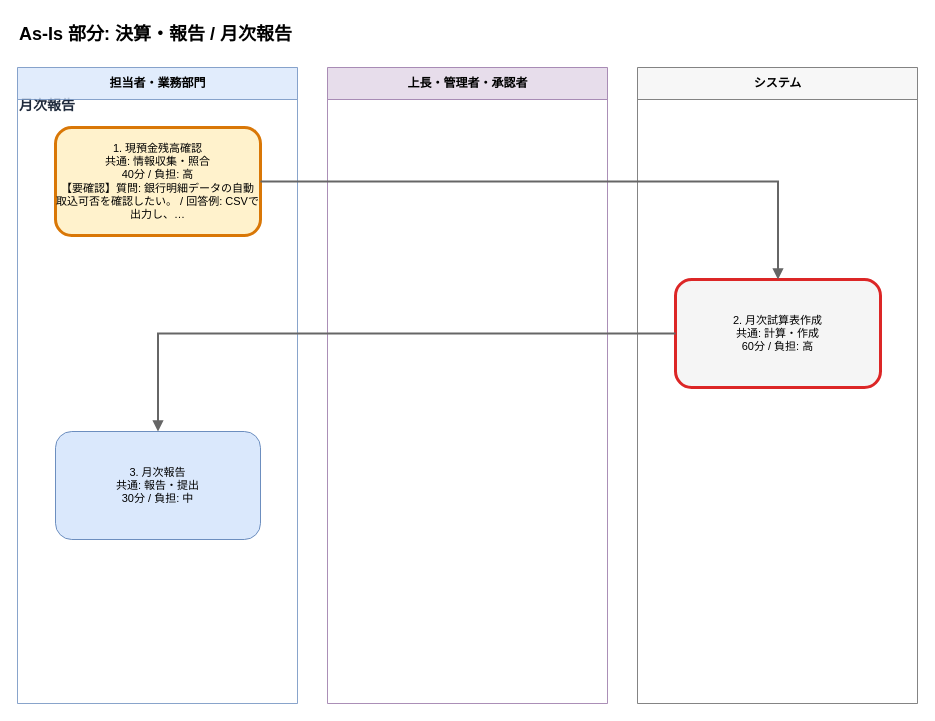
This is output/flows/asis_決算_報告__月次報告_20260608.drawio from Toshiki811/ai-business-analysis-heatmap, a draw.io file, before an edit. Source tidied: cells renumbered, new cells numbered last; positions are measured from the earlier drawing's top-left corner, leaving out a move shared by most shapes. Both pictures are drawn from the tidied source at 100%, with x=0, y=0 at pixel (17, 17).
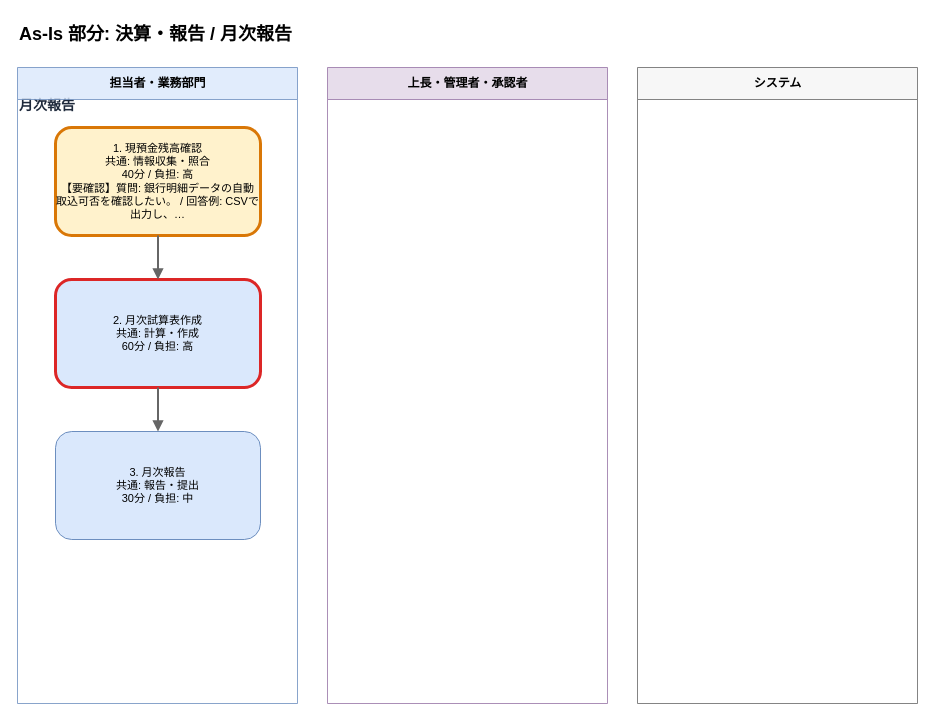
The same page after the edit.

Change to the diagram source:
```diff
@@
 <mxGraphModel>
   <root>
     <mxCell id="0" />
     <mxCell id="1" parent="0" />
     <mxCell id="2" value="月次報告" style="text;html=1;strokeColor=none;fillColor=none;align=left;verticalAlign=middle;whiteSpace=wrap;fontSize=14;fontStyle=1;fontColor=#1e293b;" parent="1" vertex="1">
       <mxGeometry y="76" width="860" height="24" as="geometry" />
     </mxCell>
     <mxCell id="3" value="As-Is 部分: 決算・報告 / 月次報告" style="text;html=1;strokeColor=none;fillColor=none;align=left;fontSize=18;fontStyle=1;" parent="1" vertex="1">
       <mxGeometry width="880" height="30" as="geometry" />
     </mxCell>
     <mxCell id="4" value="担当者・業務部門" style="swimlane;horizontal=1;startSize=32;html=1;fillColor=#dae8fc;strokeColor=#6c8ebf;fontSize=12;fontStyle=1;opacity=80;" parent="1" vertex="1">
       <mxGeometry y="50" width="280" height="636" as="geometry" />
     </mxCell>
     <mxCell id="5" value="上長・管理者・承認者" style="swimlane;horizontal=1;startSize=32;html=1;fillColor=#e1d5e7;strokeColor=#9673a6;fontSize=12;fontStyle=1;opacity=80;" parent="1" vertex="1">
       <mxGeometry x="310" y="50" width="280" height="636" as="geometry" />
     </mxCell>
     <mxCell id="6" value="システム" style="swimlane;horizontal=1;startSize=32;html=1;fillColor=#f5f5f5;strokeColor=#666666;fontSize=12;fontStyle=1;opacity=80;" parent="1" vertex="1">
       <mxGeometry x="620" y="50" width="280" height="636" as="geometry" />
     </mxCell>
     <mxCell id="7" value="1. 現預金残高確認&#10;共通: 情報収集・照合&#10;40分 / 負担: 高&#10;【要確認】質問: 銀行明細データの自動取込可否を確認したい。 / 回答例: CSVで出力し、…" style="rounded=1;whiteSpace=wrap;html=1;fillColor=#fff2cc;strokeColor=#d97706;strokeWidth=3;fontSize=11;fontColor=#000000;" parent="1" vertex="1">
       <mxGeometry x="38" y="110" width="205" height="108" as="geometry" />
     </mxCell>
-    <mxCell id="8" value="2. 月次試算表作成&#10;共通: 計算・作成&#10;60分 / 負担: 高" style="rounded=1;whiteSpace=wrap;html=1;fillColor=#f5f5f5;strokeColor=#dc2626;strokeWidth=3;fontSize=11;fontColor=#000000;" parent="1" vertex="1">
-      <mxGeometry x="658" y="262" width="205" height="108" as="geometry" />
+    <mxCell id="8" value="2. 月次試算表作成&#10;共通: 計算・作成&#10;60分 / 負担: 高" style="rounded=1;whiteSpace=wrap;html=1;fillColor=#dae8fc;strokeColor=#dc2626;strokeWidth=3;fontSize=11;fontColor=#000000;" parent="1" vertex="1">
+      <mxGeometry x="38" y="262" width="205" height="108" as="geometry" />
     </mxCell>
     <mxCell id="9" value="3. 月次報告&#10;共通: 報告・提出&#10;30分 / 負担: 中" style="rounded=1;whiteSpace=wrap;html=1;fillColor=#dae8fc;strokeColor=#6c8ebf;strokeWidth=1;fontSize=11;fontColor=#000000;" parent="1" vertex="1">
       <mxGeometry x="38" y="414" width="205" height="108" as="geometry" />
     </mxCell>
     <mxCell id="10" style="edgeStyle=orthogonalEdgeStyle;rounded=0;html=1;strokeColor=#666666;strokeWidth=2;endArrow=block;endFill=1;fontSize=11;fontColor=#1f2937;" parent="1" edge="1" source="7" target="8">
       <mxGeometry relative="1" as="geometry" />
     </mxCell>
     <mxCell id="11" style="edgeStyle=orthogonalEdgeStyle;rounded=0;html=1;strokeColor=#666666;strokeWidth=2;endArrow=block;endFill=1;fontSize=11;fontColor=#1f2937;" parent="1" edge="1" source="8" target="9">
       <mxGeometry relative="1" as="geometry" />
     </mxCell>
   </root>
 </mxGraphModel>
```
